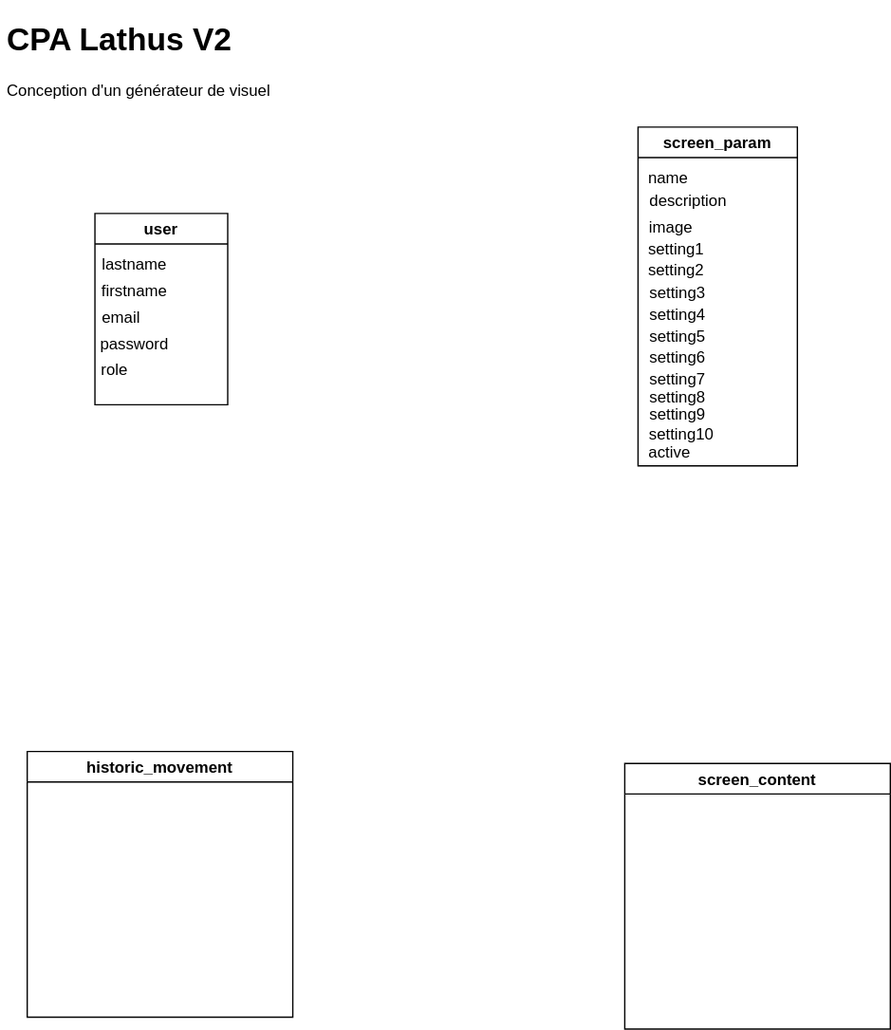
Above: sources/mcd.drawio.svg in maitrecanard/cpa_lathus_v2 (draw.io), before the change. Source tidied: cells renumbered, new cells last; positions are measured from the earlier drawing's top-left corner, leaving out a move shared by most shapes.
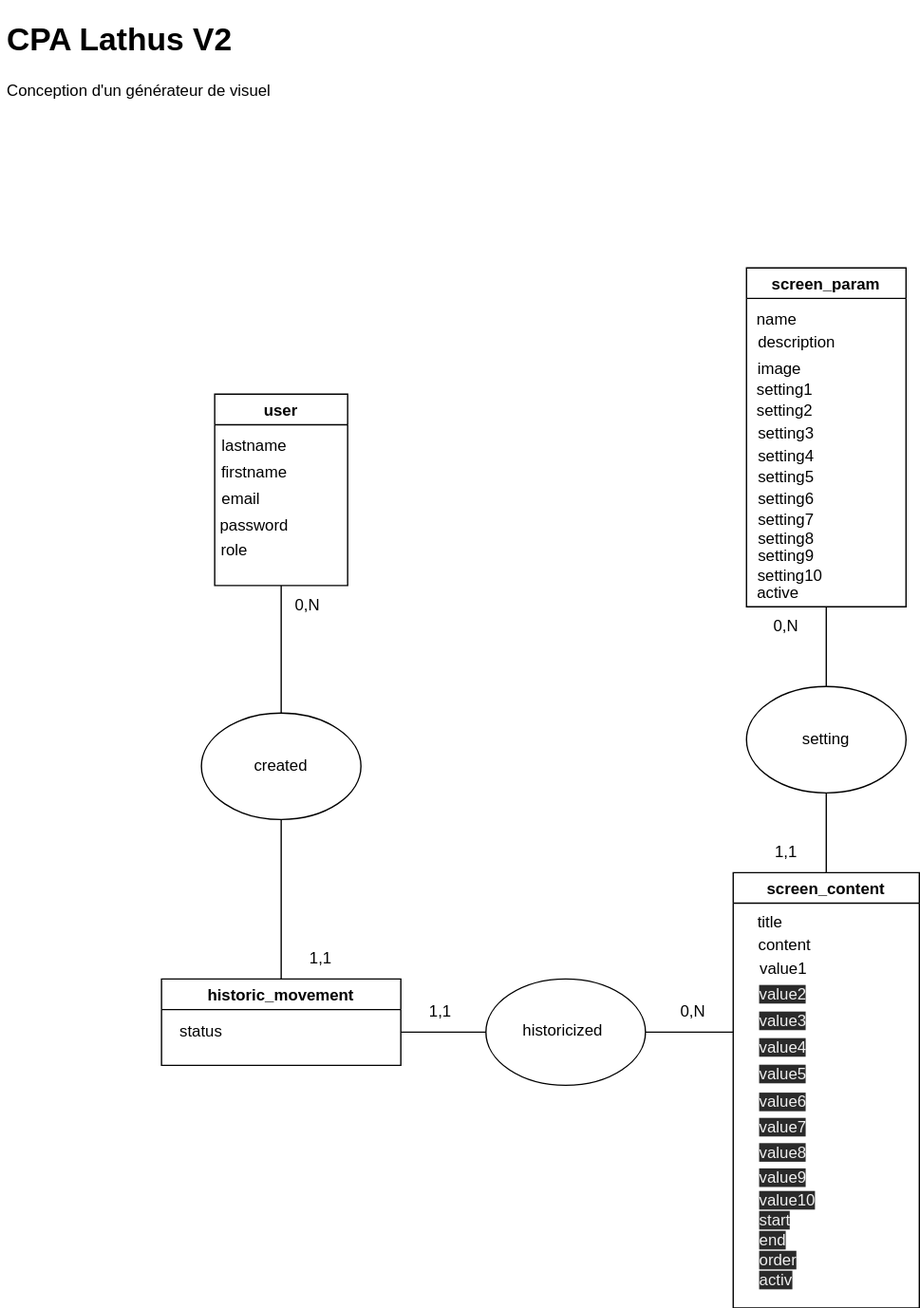
The same file after the commit.

Commit message:
finalisation MCD

Change to the diagram source:
```diff
@@ -6,7 +6,7 @@
       <mxGeometry width="240" height="80" as="geometry" />
     </mxCell>
     <mxCell id="3" value="user" style="swimlane;" parent="1" vertex="1">
-      <mxGeometry x="71" y="150" width="100" height="144" as="geometry" />
+      <mxGeometry x="161" y="286" width="100" height="144" as="geometry" />
     </mxCell>
     <mxCell id="4" value="lastname" style="text;html=1;strokeColor=none;fillColor=none;align=center;verticalAlign=middle;whiteSpace=wrap;rounded=0;" parent="3" vertex="1">
       <mxGeometry y="24" width="60" height="30" as="geometry" />
@@ -24,7 +24,7 @@
       <mxGeometry x="-15" y="103" width="60" height="30" as="geometry" />
     </mxCell>
     <mxCell id="9" value="screen_param" style="swimlane;" parent="1" vertex="1">
-      <mxGeometry x="480" y="85" width="120" height="255" as="geometry" />
+      <mxGeometry x="561" y="191" width="120" height="255" as="geometry" />
     </mxCell>
     <mxCell id="10" value="name" style="text;html=1;strokeColor=none;fillColor=none;align=center;verticalAlign=middle;whiteSpace=wrap;rounded=0;" parent="9" vertex="1">
       <mxGeometry x="-7" y="24" width="60" height="30" as="geometry" />
@@ -69,10 +69,120 @@
       <mxGeometry x="-6" y="230" width="60" height="30" as="geometry" />
     </mxCell>
     <mxCell id="24" value="historic_movement" style="swimlane;" parent="1" vertex="1">
-      <mxGeometry x="20" y="555" width="200" height="200" as="geometry" />
+      <mxGeometry x="121" y="726" width="180" height="65" as="geometry" />
     </mxCell>
+    <mxCell id="26" value="status" style="text;html=1;strokeColor=none;fillColor=none;align=center;verticalAlign=middle;whiteSpace=wrap;rounded=0;" parent="24" vertex="1">
+      <mxGeometry y="25" width="60" height="30" as="geometry" />
+    </mxCell>
     <mxCell id="25" value="screen_content" style="swimlane;startSize=23;" parent="1" vertex="1">
-      <mxGeometry x="470" y="564" width="200" height="200" as="geometry" />
+      <mxGeometry x="551" y="646" width="140" height="327.5" as="geometry" />
     </mxCell>
+    <mxCell id="27" value="title" style="text;html=1;strokeColor=none;fillColor=none;align=center;verticalAlign=middle;whiteSpace=wrap;rounded=0;" parent="25" vertex="1">
+      <mxGeometry x="-2" y="22.5" width="60" height="30" as="geometry" />
+    </mxCell>
+    <mxCell id="28" value="content" style="text;html=1;strokeColor=none;fillColor=none;align=center;verticalAlign=middle;whiteSpace=wrap;rounded=0;" parent="25" vertex="1">
+      <mxGeometry x="9" y="39.5" width="60" height="30" as="geometry" />
+    </mxCell>
+    <mxCell id="29" value="value1" style="text;html=1;strokeColor=none;fillColor=none;align=center;verticalAlign=middle;whiteSpace=wrap;rounded=0;" parent="25" vertex="1">
+      <mxGeometry x="8" y="57.5" width="60" height="30" as="geometry" />
+    </mxCell>
+    <mxCell id="30" value="&lt;span style=&quot;color: rgb(240 , 240 , 240) ; font-family: &amp;#34;helvetica&amp;#34; ; font-size: 12px ; font-style: normal ; font-weight: 400 ; letter-spacing: normal ; text-align: center ; text-indent: 0px ; text-transform: none ; word-spacing: 0px ; background-color: rgb(42 , 42 , 42) ; display: inline ; float: none&quot;&gt;value2&lt;/span&gt;" style="text;whiteSpace=wrap;html=1;" parent="25" vertex="1">
+      <mxGeometry x="18" y="77.5" width="60" height="30" as="geometry" />
+    </mxCell>
+    <mxCell id="31" value="&lt;span style=&quot;color: rgb(240 , 240 , 240) ; font-family: &amp;#34;helvetica&amp;#34; ; font-size: 12px ; font-style: normal ; font-weight: 400 ; letter-spacing: normal ; text-align: center ; text-indent: 0px ; text-transform: none ; word-spacing: 0px ; background-color: rgb(42 , 42 , 42) ; display: inline ; float: none&quot;&gt;value3&lt;/span&gt;" style="text;whiteSpace=wrap;html=1;" parent="25" vertex="1">
+      <mxGeometry x="18" y="97.5" width="60" height="30" as="geometry" />
+    </mxCell>
+    <mxCell id="32" value="&lt;span style=&quot;color: rgb(240 , 240 , 240) ; font-family: &amp;#34;helvetica&amp;#34; ; font-size: 12px ; font-style: normal ; font-weight: 400 ; letter-spacing: normal ; text-align: center ; text-indent: 0px ; text-transform: none ; word-spacing: 0px ; background-color: rgb(42 , 42 , 42) ; display: inline ; float: none&quot;&gt;value4&lt;/span&gt;" style="text;whiteSpace=wrap;html=1;" parent="25" vertex="1">
+      <mxGeometry x="18" y="117.5" width="60" height="30" as="geometry" />
+    </mxCell>
+    <mxCell id="33" value="&lt;span style=&quot;color: rgb(240 , 240 , 240) ; font-family: &amp;#34;helvetica&amp;#34; ; font-size: 12px ; font-style: normal ; font-weight: 400 ; letter-spacing: normal ; text-align: center ; text-indent: 0px ; text-transform: none ; word-spacing: 0px ; background-color: rgb(42 , 42 , 42) ; display: inline ; float: none&quot;&gt;value5&lt;/span&gt;" style="text;whiteSpace=wrap;html=1;" parent="25" vertex="1">
+      <mxGeometry x="18" y="137.5" width="60" height="30" as="geometry" />
+    </mxCell>
+    <mxCell id="34" value="&lt;span style=&quot;color: rgb(240 , 240 , 240) ; font-family: &amp;#34;helvetica&amp;#34; ; font-size: 12px ; font-style: normal ; font-weight: 400 ; letter-spacing: normal ; text-align: center ; text-indent: 0px ; text-transform: none ; word-spacing: 0px ; background-color: rgb(42 , 42 , 42) ; display: inline ; float: none&quot;&gt;value6&lt;br&gt;&lt;br&gt;&lt;/span&gt;" style="text;whiteSpace=wrap;html=1;" parent="25" vertex="1">
+      <mxGeometry x="18" y="158.8" width="60" height="30" as="geometry" />
+    </mxCell>
+    <mxCell id="35" value="&lt;span style=&quot;color: rgb(240 , 240 , 240) ; font-family: &amp;#34;helvetica&amp;#34; ; font-size: 12px ; font-style: normal ; font-weight: 400 ; letter-spacing: normal ; text-align: center ; text-indent: 0px ; text-transform: none ; word-spacing: 0px ; background-color: rgb(42 , 42 , 42) ; display: inline ; float: none&quot;&gt;value7&lt;/span&gt;" style="text;whiteSpace=wrap;html=1;" parent="25" vertex="1">
+      <mxGeometry x="18" y="177.5" width="60" height="30" as="geometry" />
+    </mxCell>
+    <mxCell id="36" value="&lt;span style=&quot;color: rgb(240 , 240 , 240) ; font-family: &amp;#34;helvetica&amp;#34; ; font-size: 12px ; font-style: normal ; font-weight: 400 ; letter-spacing: normal ; text-align: center ; text-indent: 0px ; text-transform: none ; word-spacing: 0px ; background-color: rgb(42 , 42 , 42) ; display: inline ; float: none&quot;&gt;value8&lt;/span&gt;" style="text;whiteSpace=wrap;html=1;" parent="25" vertex="1">
+      <mxGeometry x="18" y="196.5" width="60" height="30" as="geometry" />
+    </mxCell>
+    <mxCell id="37" value="&lt;span style=&quot;color: rgb(240 , 240 , 240) ; font-family: &amp;#34;helvetica&amp;#34; ; font-size: 12px ; font-style: normal ; font-weight: 400 ; letter-spacing: normal ; text-align: center ; text-indent: 0px ; text-transform: none ; word-spacing: 0px ; background-color: rgb(42 , 42 , 42) ; display: inline ; float: none&quot;&gt;value9&lt;br&gt;&lt;/span&gt;" style="text;whiteSpace=wrap;html=1;" parent="25" vertex="1">
+      <mxGeometry x="18" y="215.5" width="60" height="30" as="geometry" />
+    </mxCell>
+    <mxCell id="38" value="&lt;span style=&quot;color: rgb(240 , 240 , 240) ; font-family: &amp;#34;helvetica&amp;#34; ; font-size: 12px ; font-style: normal ; font-weight: 400 ; letter-spacing: normal ; text-align: center ; text-indent: 0px ; text-transform: none ; word-spacing: 0px ; background-color: rgb(42 , 42 , 42) ; display: inline ; float: none&quot;&gt;value10&lt;/span&gt;" style="text;whiteSpace=wrap;html=1;" parent="25" vertex="1">
+      <mxGeometry x="18" y="232.5" width="60" height="30" as="geometry" />
+    </mxCell>
+    <mxCell id="39" value="&lt;span style=&quot;color: rgb(240 , 240 , 240) ; font-family: &amp;#34;helvetica&amp;#34; ; font-size: 12px ; font-style: normal ; font-weight: 400 ; letter-spacing: normal ; text-align: center ; text-indent: 0px ; text-transform: none ; word-spacing: 0px ; background-color: rgb(42 , 42 , 42) ; display: inline ; float: none&quot;&gt;start&lt;/span&gt;" style="text;whiteSpace=wrap;html=1;" parent="25" vertex="1">
+      <mxGeometry x="18" y="247.5" width="60" height="30" as="geometry" />
+    </mxCell>
+    <mxCell id="40" value="&lt;span style=&quot;color: rgb(240 , 240 , 240) ; font-family: &amp;#34;helvetica&amp;#34; ; font-size: 12px ; font-style: normal ; font-weight: 400 ; letter-spacing: normal ; text-align: center ; text-indent: 0px ; text-transform: none ; word-spacing: 0px ; background-color: rgb(42 , 42 , 42) ; display: inline ; float: none&quot;&gt;end&lt;br&gt;&lt;/span&gt;" style="text;whiteSpace=wrap;html=1;" parent="25" vertex="1">
+      <mxGeometry x="18" y="262.5" width="60" height="30" as="geometry" />
+    </mxCell>
+    <mxCell id="41" value="&lt;span style=&quot;color: rgb(240 , 240 , 240) ; font-family: &amp;#34;helvetica&amp;#34; ; font-size: 12px ; font-style: normal ; font-weight: 400 ; letter-spacing: normal ; text-align: center ; text-indent: 0px ; text-transform: none ; word-spacing: 0px ; background-color: rgb(42 , 42 , 42) ; display: inline ; float: none&quot;&gt;order&lt;/span&gt;" style="text;whiteSpace=wrap;html=1;" parent="25" vertex="1">
+      <mxGeometry x="18" y="277.5" width="60" height="30" as="geometry" />
+    </mxCell>
+    <mxCell id="42" value="&lt;span style=&quot;color: rgb(240 , 240 , 240) ; font-family: &amp;#34;helvetica&amp;#34; ; font-size: 12px ; font-style: normal ; font-weight: 400 ; letter-spacing: normal ; text-align: center ; text-indent: 0px ; text-transform: none ; word-spacing: 0px ; background-color: rgb(42 , 42 , 42) ; display: inline ; float: none&quot;&gt;activ&lt;/span&gt;" style="text;whiteSpace=wrap;html=1;" parent="25" vertex="1">
+      <mxGeometry x="18" y="292.5" width="60" height="30" as="geometry" />
+    </mxCell>
+    <mxCell id="43" style="endArrow=none;html=1;exitX=0.5;exitY=0;exitDx=0;exitDy=0;" parent="1" edge="1" source="25">
+      <mxGeometry relative="1" as="geometry">
+        <mxPoint x="621" y="446" as="targetPoint" />
+      </mxGeometry>
+    </mxCell>
+    <mxCell id="44" style="endArrow=none;html=1;exitX=0.5;exitY=0;exitDx=0;exitDy=0;startArrow=none;" parent="1" edge="1" source="46">
+      <mxGeometry relative="1" as="geometry">
+        <mxPoint x="211" y="430" as="targetPoint" />
+      </mxGeometry>
+    </mxCell>
+    <mxCell id="45" style="endArrow=none;html=1;startArrow=none;" parent="1" edge="1" source="49">
+      <mxGeometry relative="1" as="geometry">
+        <mxPoint x="551" y="766" as="targetPoint" />
+      </mxGeometry>
+    </mxCell>
+    <mxCell id="46" style="ellipse;whiteSpace=wrap;html=1;" parent="1" vertex="1">
+      <mxGeometry x="151" y="526" width="120" height="80" as="geometry" />
+    </mxCell>
+    <mxCell id="47" style="endArrow=none;html=1;exitX=0.5;exitY=0;exitDx=0;exitDy=0;" parent="1" edge="1" source="24" target="46">
+      <mxGeometry relative="1" as="geometry" />
+    </mxCell>
+    <mxCell id="48" style="ellipse;whiteSpace=wrap;html=1;" parent="1" vertex="1">
+      <mxGeometry x="561" y="506" width="120" height="80" as="geometry" />
+    </mxCell>
+    <mxCell id="49" style="ellipse;whiteSpace=wrap;html=1;" parent="1" vertex="1">
+      <mxGeometry x="365" y="726" width="120" height="80" as="geometry" />
+    </mxCell>
+    <mxCell id="50" style="endArrow=none;html=1;" parent="1" edge="1" target="49">
+      <mxGeometry relative="1" as="geometry">
+        <mxPoint x="301" y="766" as="sourcePoint" />
+      </mxGeometry>
+    </mxCell>
+    <mxCell id="51" value="0,N" style="text;html=1;strokeColor=none;fillColor=none;align=center;verticalAlign=middle;whiteSpace=wrap;rounded=0;" parent="1" vertex="1">
+      <mxGeometry x="201" y="430" width="60" height="30" as="geometry" />
+    </mxCell>
+    <mxCell id="52" value="1,1" style="text;html=1;strokeColor=none;fillColor=none;align=center;verticalAlign=middle;whiteSpace=wrap;rounded=0;" parent="1" vertex="1">
+      <mxGeometry x="211" y="696" width="60" height="30" as="geometry" />
+    </mxCell>
+    <mxCell id="53" value="created" style="text;html=1;strokeColor=none;fillColor=none;align=center;verticalAlign=middle;whiteSpace=wrap;rounded=0;" parent="1" vertex="1">
+      <mxGeometry x="181" y="551" width="60" height="30" as="geometry" />
+    </mxCell>
+    <mxCell id="54" value="historicized" style="text;whiteSpace=wrap;html=1;" parent="1" vertex="1">
+      <mxGeometry x="391" y="751" width="90" height="30" as="geometry" />
+    </mxCell>
+    <mxCell id="55" value="0,N" style="text;html=1;strokeColor=none;fillColor=none;align=center;verticalAlign=middle;whiteSpace=wrap;rounded=0;" parent="1" vertex="1">
+      <mxGeometry x="491" y="736" width="60" height="30" as="geometry" />
+    </mxCell>
+    <mxCell id="56" value="1,1" style="text;html=1;strokeColor=none;fillColor=none;align=center;verticalAlign=middle;whiteSpace=wrap;rounded=0;" parent="1" vertex="1">
+      <mxGeometry x="301" y="736" width="60" height="30" as="geometry" />
+    </mxCell>
+    <mxCell id="57" value="1,1" style="text;html=1;strokeColor=none;fillColor=none;align=center;verticalAlign=middle;whiteSpace=wrap;rounded=0;" parent="1" vertex="1">
+      <mxGeometry x="561" y="616" width="60" height="30" as="geometry" />
+    </mxCell>
+    <mxCell id="58" value="0,N" style="text;html=1;strokeColor=none;fillColor=none;align=center;verticalAlign=middle;whiteSpace=wrap;rounded=0;" parent="1" vertex="1">
+      <mxGeometry x="561" y="446" width="60" height="30" as="geometry" />
+    </mxCell>
+    <mxCell id="59" value="setting" style="text;html=1;strokeColor=none;fillColor=none;align=center;verticalAlign=middle;whiteSpace=wrap;rounded=0;" parent="1" vertex="1">
+      <mxGeometry x="591" y="531" width="60" height="30" as="geometry" />
+    </mxCell>
   </root>
 </mxGraphModel>
```
